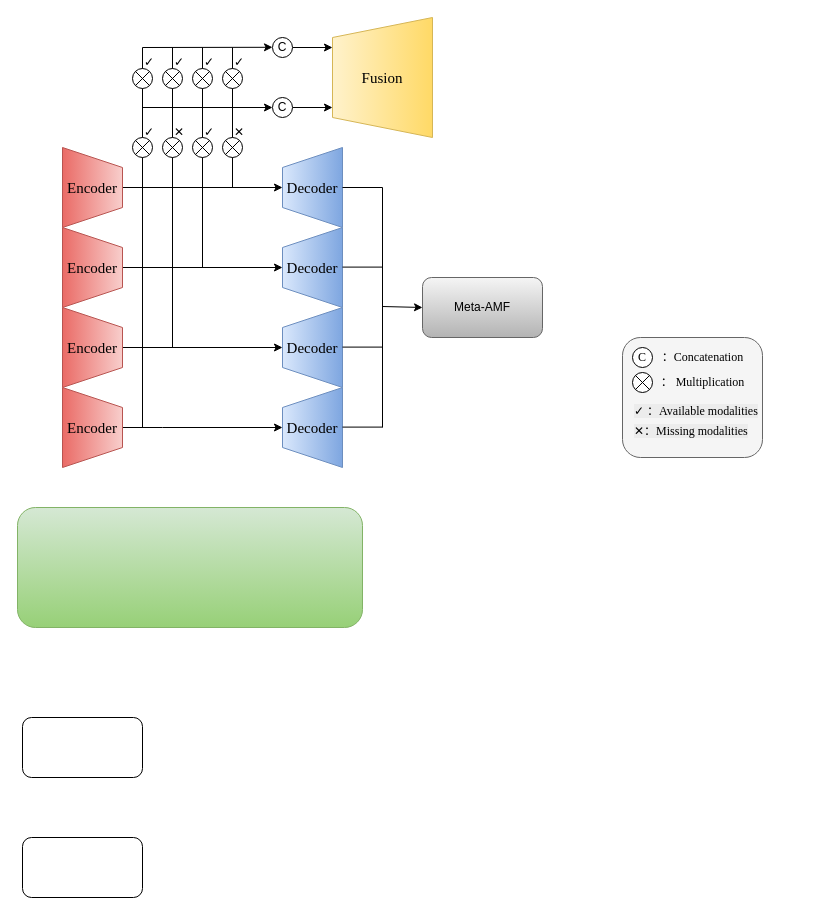
The draw.io diagram 25.8.7_1.drawio in worldlikerr/Scientific-research-illustration, before the edit. Source tidied: cells renumbered, new cells numbered last; positions are measured from the earlier drawing's top-left corner, leaving out a move shared by most shapes. Both pictures are drawn from the tidied source at 100%, with x=0, y=0 at pixel (17, 17).
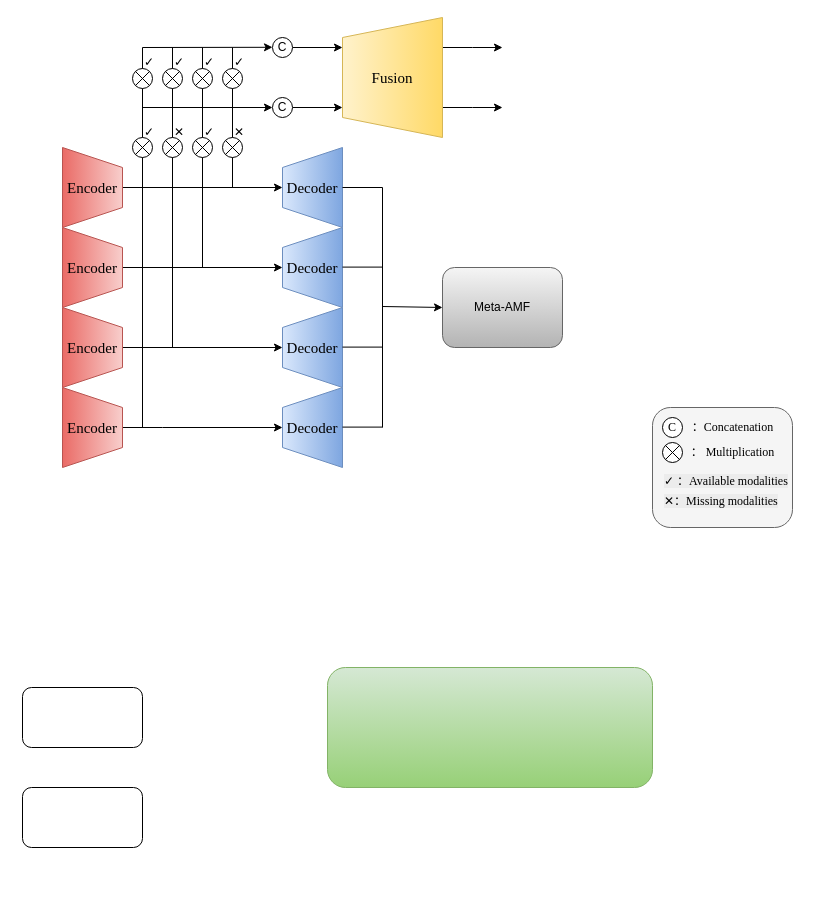
After the change.

What changed in the source:
```diff
@@
+    <mxCell id="76" style="edgeStyle=orthogonalEdgeStyle;rounded=0;jettySize=auto;html=1;exitX=0.75;exitY=1;exitDx=0;exitDy=0;" parent="1" edge="1" source="14">
+      <mxGeometry relative="1" as="geometry">
+        <mxPoint x="485" y="30" as="targetPoint" />
+      </mxGeometry>
+    </mxCell>
+    <mxCell id="77" style="edgeStyle=orthogonalEdgeStyle;rounded=0;jettySize=auto;html=1;exitX=0.25;exitY=1;exitDx=0;exitDy=0;" parent="1" edge="1" source="14">
+      <mxGeometry relative="1" as="geometry">
+        <mxPoint x="485" y="90" as="targetPoint" />
+      </mxGeometry>
+    </mxCell>
     <mxCell id="14" value="Fusion" style="shape=trapezoid;perimeter=trapezoidPerimeter;whiteSpace=wrap;html=1;fixedSize=1;direction=north;fillColor=#fff2cc;strokeColor=#d6b656;fontFamily=Times New Roman;fontSize=15;gradientColor=#ffd966;" parent="1" vertex="1">
-      <mxGeometry x="315" width="100" height="120" as="geometry" />
+      <mxGeometry x="325" width="100" height="120" as="geometry" />
     </mxCell>
@@
     <mxCell id="39" style="rounded=1;whiteSpace=wrap;html=1;fontFamily=Times New Roman;fillColor=#f5f5f5;fontColor=#333333;strokeColor=#666666;" parent="1" vertex="1">
-      <mxGeometry x="605" y="320" width="140" height="120" as="geometry" />
+      <mxGeometry x="635" y="390" width="140" height="120" as="geometry" />
     </mxCell>
     <mxCell id="40" value="C" style="ellipse;whiteSpace=wrap;html=1;fontFamily=Times New Roman;" parent="1" vertex="1">
-      <mxGeometry x="615" y="330" width="20" height="20" as="geometry" />
+      <mxGeometry x="645" y="400" width="20" height="20" as="geometry" />
     </mxCell>
     <mxCell id="41" value="：Concatenation" style="text;html=1;align=center;verticalAlign=middle;fontFamily=Times New Roman;" parent="1" vertex="1">
-      <mxGeometry x="635" y="325" width="100" height="30" as="geometry" />
+      <mxGeometry x="665" y="395" width="100" height="30" as="geometry" />
     </mxCell>
@@
     <mxCell id="66" style="ellipse;whiteSpace=wrap;html=1;fontFamily=Times New Roman;" parent="1" vertex="1">
-      <mxGeometry x="615" y="355" width="20" height="20" as="geometry" />
+      <mxGeometry x="645" y="425" width="20" height="20" as="geometry" />
     </mxCell>
@@
     <mxCell id="69" value="： Multiplication" style="text;html=1;align=center;verticalAlign=middle;fontFamily=Times New Roman;" parent="1" vertex="1">
-      <mxGeometry x="630" y="350" width="110" height="30" as="geometry" />
+      <mxGeometry x="660" y="420" width="110" height="30" as="geometry" />
     </mxCell>
     <mxCell id="70" value="&lt;font style=&quot;forced-color-adjust: none; color: rgb(0, 0, 0); font-style: normal; font-variant-ligatures: normal; font-variant-caps: normal; font-weight: 400; letter-spacing: normal; orphans: 2; text-align: left; text-indent: 0px; text-transform: none; widows: 2; word-spacing: 0px; -webkit-text-stroke-width: 0px; white-space: nowrap; background-color: rgb(236, 236, 236); text-decoration-thickness: initial; text-decoration-style: initial; text-decoration-color: initial;&quot;&gt;&lt;span style=&quot;forced-color-adjust: none; background-color: transparent; color: light-dark(rgb(0, 0, 0), rgb(255, 255, 255)); text-wrap-mode: wrap;&quot;&gt;&lt;span style=&quot;text-align: center;&quot;&gt;✕&lt;/span&gt;：M&lt;font&gt;&lt;span&gt;issing moda&lt;/span&gt;&lt;font&gt;lities&lt;/font&gt;&lt;/font&gt;&lt;/span&gt;&lt;/font&gt;&lt;span style=&quot;forced-color-adjust: none; color: light-dark(rgb(0, 0, 0), rgb(255, 255, 255)); font-style: normal; font-variant-ligatures: normal; font-variant-caps: normal; font-weight: 400; letter-spacing: normal; orphans: 2; text-align: left; text-indent: 0px; text-transform: none; widows: 2; word-spacing: 0px; -webkit-text-stroke-width: 0px; white-space: nowrap; background-color: transparent; text-decoration-thickness: initial; text-decoration-style: initial; text-decoration-color: initial;&quot;&gt;&amp;nbsp;&lt;/span&gt;" style="text;whiteSpace=wrap;html=1;fontFamily=Times New Roman;fontSize=12;" parent="1" vertex="1">
-      <mxGeometry x="615" y="400" width="150" height="30" as="geometry" />
+      <mxGeometry x="645" y="470" width="150" height="30" as="geometry" />
     </mxCell>
     <mxCell id="71" value="&lt;font style=&quot;forced-color-adjust: none; color: rgb(0, 0, 0); font-size: 12px; font-style: normal; font-variant-ligatures: normal; font-variant-caps: normal; font-weight: 400; letter-spacing: normal; orphans: 2; text-align: left; text-indent: 0px; text-transform: none; widows: 2; word-spacing: 0px; -webkit-text-stroke-width: 0px; white-space-collapse: collapse; background-color: rgb(236, 236, 236); text-decoration-thickness: initial; text-decoration-style: initial; text-decoration-color: initial;&quot;&gt;&lt;span style=&quot;text-wrap-mode: wrap; forced-color-adjust: none; background-color: transparent; color: light-dark(rgb(0, 0, 0), rgb(255, 255, 255));&quot;&gt;✓&amp;nbsp;：Available&lt;/span&gt;&lt;span style=&quot;forced-color-adjust: none; background-color: transparent; color: light-dark(rgb(0, 0, 0), rgb(255, 255, 255)); text-wrap-mode: nowrap;&quot;&gt;&amp;nbsp;modalities&lt;/span&gt;&lt;/font&gt;" style="text;whiteSpace=wrap;html=1;fontFamily=Times New Roman;" parent="1" vertex="1">
-      <mxGeometry x="615" y="380" width="150" height="30" as="geometry" />
+      <mxGeometry x="645" y="450" width="150" height="30" as="geometry" />
     </mxCell>
     <mxCell id="72" style="rounded=1;whiteSpace=wrap;html=1;fillColor=#d5e8d4;strokeColor=#82b366;gradientColor=#97d077;" parent="1" vertex="1">
-      <mxGeometry y="490" width="345" height="120" as="geometry" />
+      <mxGeometry x="310" y="650" width="325" height="120" as="geometry" />
     </mxCell>
     <mxCell id="73" value="Meta-AMF" style="rounded=1;whiteSpace=wrap;html=1;fillColor=#f5f5f5;strokeColor=#666666;gradientColor=#b3b3b3;" parent="1" vertex="1">
-      <mxGeometry x="405" y="260" width="120" height="60" as="geometry" />
+      <mxGeometry x="425" y="250" width="120" height="80" as="geometry" />
     </mxCell>
     <mxCell id="74" style="rounded=1;whiteSpace=wrap;html=1;" parent="1" vertex="1">
-      <mxGeometry x="5" y="700" width="120" height="60" as="geometry" />
+      <mxGeometry x="5" y="670" width="120" height="60" as="geometry" />
     </mxCell>
     <mxCell id="75" style="rounded=1;whiteSpace=wrap;html=1;" parent="1" vertex="1">
-      <mxGeometry x="5" y="820" width="120" height="60" as="geometry" />
+      <mxGeometry x="5" y="770" width="120" height="60" as="geometry" />
     </mxCell>
```
